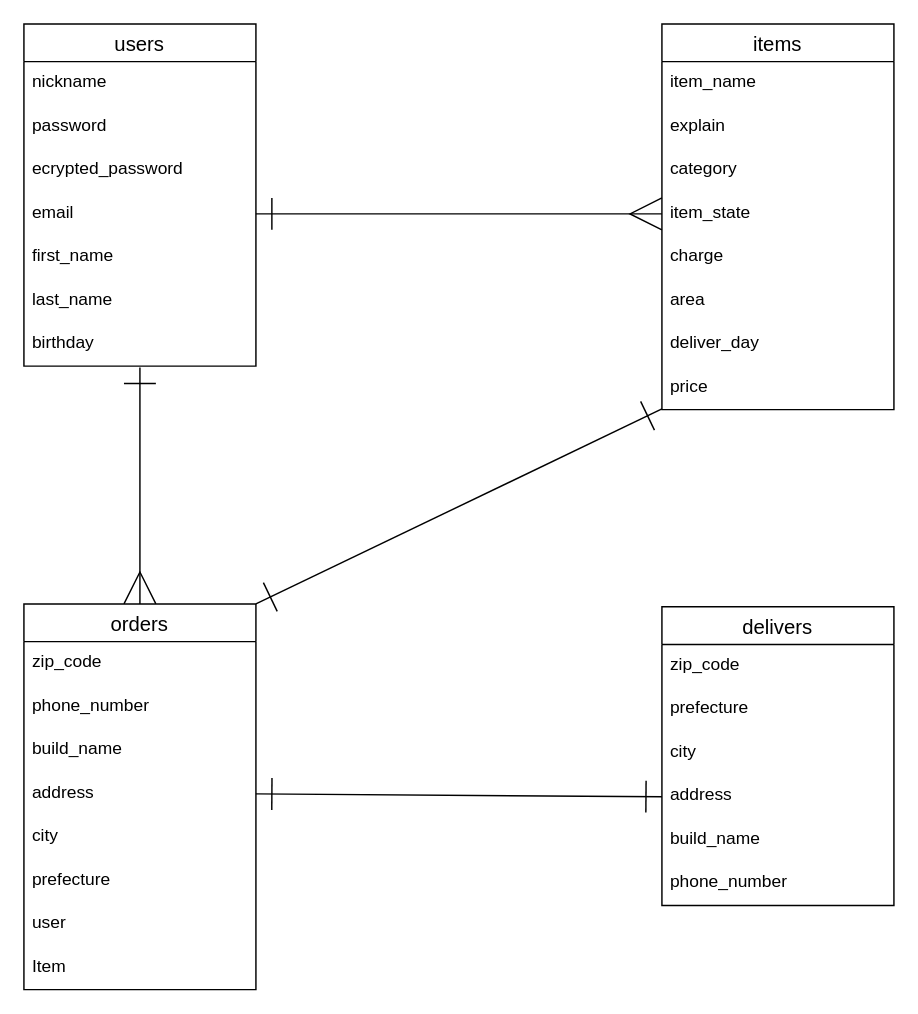
layxer218/furima-38936 keeps this draw.io diagram as furima.dio. Above is the earlier version. Source tidied: cells renumbered, new cells numbered last; positions are measured from the earlier drawing's top-left corner, leaving out a move shared by most shapes. Both pictures are drawn from the tidied source at 145%, with x=0, y=0 at pixel (23, 23).
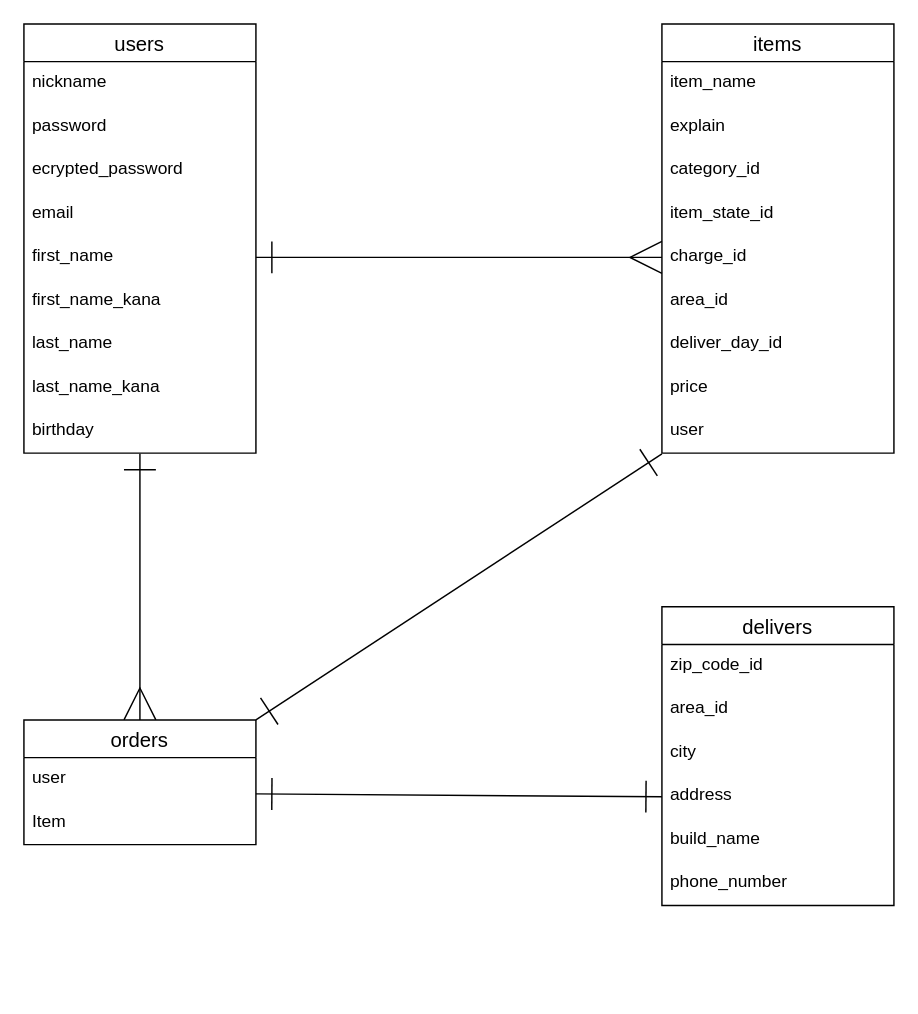
The same page after the edit.

Unchanged cells that the change refers to:
```xml
<mxCell id="6" value="email" style="text;strokeColor=none;fillColor=none;spacingLeft=4;spacingRight=4;overflow=hidden;points=[[0,0.5],[1,0.5]];portConstraint=eastwest;fontSize=12;" parent="2" vertex="1">
  <mxGeometry y="116" width="160" height="30" as="geometry" />
</mxCell>
<mxCell id="7" value="first_name" style="text;strokeColor=none;fillColor=none;spacingLeft=4;spacingRight=4;overflow=hidden;points=[[0,0.5],[1,0.5]];portConstraint=eastwest;fontSize=12;" parent="2" vertex="1">
  <mxGeometry y="146" width="160" height="30" as="geometry" />
</mxCell>
<mxCell id="18" value="price" style="text;strokeColor=none;fillColor=none;spacingLeft=4;spacingRight=4;overflow=hidden;points=[[0,0.5],[1,0.5]];portConstraint=eastwest;fontSize=12;" parent="10" vertex="1">
  <mxGeometry y="236" width="160" height="30" as="geometry" />
</mxCell>
<mxCell id="30" value="delivers" style="swimlane;fontStyle=0;horizontal=1;startSize=26;align=center;fontSize=14;" parent="1" vertex="1">
  <mxGeometry x="440" y="402" width="160" height="206" as="geometry" />
</mxCell>
<mxCell id="34" value="address" style="text;strokeColor=none;fillColor=none;spacingLeft=4;spacingRight=4;overflow=hidden;points=[[0,0.5],[1,0.5]];portConstraint=eastwest;fontSize=12;" parent="30" vertex="1">
  <mxGeometry y="116" width="160" height="30" as="geometry" />
</mxCell>
```

Diff of the diagram source:
```diff
@@
     <mxCell id="2" value="users" style="swimlane;fontStyle=0;horizontal=1;startSize=26;align=center;fontSize=14;" parent="1" vertex="1">
-      <mxGeometry width="160" height="236" as="geometry" />
+      <mxGeometry width="160" height="296" as="geometry" />
     </mxCell>
@@
+    <mxCell id="39" value="first_name_kana" style="text;strokeColor=none;fillColor=none;spacingLeft=4;spacingRight=4;overflow=hidden;fontSize=12;" parent="2" vertex="1">
+      <mxGeometry y="176" width="160" height="30" as="geometry" />
+    </mxCell>
     <mxCell id="8" value="last_name" style="text;strokeColor=none;fillColor=none;spacingLeft=4;spacingRight=4;overflow=hidden;fontSize=12;" parent="2" vertex="1">
-      <mxGeometry y="176" width="160" height="30" as="geometry" />
+      <mxGeometry y="206" width="160" height="30" as="geometry" />
     </mxCell>
+    <mxCell id="40" value="last_name_kana" style="text;strokeColor=none;fillColor=none;spacingLeft=4;spacingRight=4;overflow=hidden;fontSize=12;" parent="2" vertex="1">
+      <mxGeometry y="236" width="160" height="30" as="geometry" />
+    </mxCell>
     <mxCell id="9" value="birthday" style="text;strokeColor=none;fillColor=none;spacingLeft=4;spacingRight=4;overflow=hidden;points=[[0,0.5],[1,0.5]];portConstraint=eastwest;fontSize=12;" parent="2" vertex="1">
-      <mxGeometry y="206" width="160" height="30" as="geometry" />
+      <mxGeometry y="266" width="160" height="30" as="geometry" />
     </mxCell>
     <mxCell id="10" value="items" style="swimlane;fontStyle=0;horizontal=1;startSize=26;align=center;fontSize=14;" parent="1" vertex="1">
-      <mxGeometry x="440" width="160" height="266" as="geometry" />
+      <mxGeometry x="440" width="160" height="296" as="geometry" />
     </mxCell>
@@
-    <mxCell id="13" value="category" style="text;strokeColor=none;fillColor=none;spacingLeft=4;spacingRight=4;overflow=hidden;fontSize=12;" parent="10" vertex="1">
+    <mxCell id="13" value="category_id" style="text;strokeColor=none;fillColor=none;spacingLeft=4;spacingRight=4;overflow=hidden;fontSize=12;" parent="10" vertex="1">
       <mxGeometry y="86" width="160" height="30" as="geometry" />
     </mxCell>
-    <mxCell id="14" value="item_state" style="text;strokeColor=none;fillColor=none;spacingLeft=4;spacingRight=4;overflow=hidden;points=[[0,0.5],[1,0.5]];portConstraint=eastwest;fontSize=12;" parent="10" vertex="1">
+    <mxCell id="14" value="item_state_id" style="text;strokeColor=none;fillColor=none;spacingLeft=4;spacingRight=4;overflow=hidden;points=[[0,0.5],[1,0.5]];portConstraint=eastwest;fontSize=12;" parent="10" vertex="1">
       <mxGeometry y="116" width="160" height="30" as="geometry" />
     </mxCell>
-    <mxCell id="15" value="charge" style="text;strokeColor=none;fillColor=none;spacingLeft=4;spacingRight=4;overflow=hidden;points=[[0,0.5],[1,0.5]];portConstraint=eastwest;fontSize=12;" parent="10" vertex="1">
+    <mxCell id="15" value="charge_id" style="text;strokeColor=none;fillColor=none;spacingLeft=4;spacingRight=4;overflow=hidden;points=[[0,0.5],[1,0.5]];portConstraint=eastwest;fontSize=12;" parent="10" vertex="1">
       <mxGeometry y="146" width="160" height="30" as="geometry" />
     </mxCell>
-    <mxCell id="16" value="area" style="text;strokeColor=none;fillColor=none;spacingLeft=4;spacingRight=4;overflow=hidden;fontSize=12;" parent="10" vertex="1">
+    <mxCell id="16" value="area_id" style="text;strokeColor=none;fillColor=none;spacingLeft=4;spacingRight=4;overflow=hidden;fontSize=12;" parent="10" vertex="1">
       <mxGeometry y="176" width="160" height="30" as="geometry" />
     </mxCell>
-    <mxCell id="17" value="deliver_day" style="text;strokeColor=none;fillColor=none;spacingLeft=4;spacingRight=4;overflow=hidden;fontSize=12;" parent="10" vertex="1">
+    <mxCell id="17" value="deliver_day_id" style="text;strokeColor=none;fillColor=none;spacingLeft=4;spacingRight=4;overflow=hidden;fontSize=12;" parent="10" vertex="1">
       <mxGeometry y="206" width="160" height="30" as="geometry" />
     </mxCell>
@@
+    <mxCell id="41" value="user" style="text;strokeColor=none;fillColor=none;spacingLeft=4;spacingRight=4;overflow=hidden;points=[[0,0.5],[1,0.5]];portConstraint=eastwest;fontSize=12;" parent="10" vertex="1">
+      <mxGeometry y="266" width="160" height="30" as="geometry" />
+    </mxCell>
-    <mxCell id="19" style="edgeStyle=none;html=1;exitX=0.5;exitY=0;exitDx=0;exitDy=0;startArrow=ERmany;startFill=0;endArrow=ERone;endFill=0;startSize=20;endSize=20;" parent="1" edge="1" source="21">
-      <mxGeometry relative="1" as="geometry">
-        <mxPoint x="80" y="237" as="targetPoint" />
-      </mxGeometry>
+    <mxCell id="19" style="edgeStyle=none;html=1;exitX=0.5;exitY=0;exitDx=0;exitDy=0;startArrow=ERmany;startFill=0;endArrow=ERone;endFill=0;startSize=20;endSize=20;entryX=0.5;entryY=1.017;entryDx=0;entryDy=0;entryPerimeter=0;" parent="1" edge="1" source="21" target="9">
+      <mxGeometry relative="1" as="geometry" />
     </mxCell>
-    <mxCell id="20" style="edgeStyle=none;html=1;startArrow=ERone;startFill=0;endArrow=ERone;endFill=0;startSize=20;endSize=20;entryX=0;entryY=0.983;entryDx=0;entryDy=0;entryPerimeter=0;" parent="1" edge="1" target="18">
-      <mxGeometry relative="1" as="geometry">
-        <mxPoint x="160" y="400" as="sourcePoint" />
-      </mxGeometry>
+    <mxCell id="20" style="edgeStyle=none;html=1;startArrow=ERone;startFill=0;endArrow=ERone;endFill=0;startSize=20;endSize=20;entryX=0;entryY=1.017;entryDx=0;entryDy=0;entryPerimeter=0;exitX=1;exitY=0;exitDx=0;exitDy=0;" parent="1" edge="1" source="21" target="41">
+      <mxGeometry relative="1" as="geometry" />
     </mxCell>
     <mxCell id="21" value="orders" style="swimlane;fontStyle=0;horizontal=1;startSize=26;align=center;fontSize=14;" parent="1" vertex="1">
-      <mxGeometry y="400" width="160" height="266" as="geometry" />
+      <mxGeometry y="480" width="160" height="86" as="geometry" />
     </mxCell>
-    <mxCell id="22" value="zip_code" style="text;strokeColor=none;fillColor=none;spacingLeft=4;spacingRight=4;overflow=hidden;fontSize=12;" parent="21" vertex="1">
-      <mxGeometry y="26" width="160" height="30" as="geometry" />
-    </mxCell>
-    <mxCell id="23" value="phone_number" style="text;strokeColor=none;fillColor=none;spacingLeft=4;spacingRight=4;overflow=hidden;fontSize=12;" parent="21" vertex="1">
-      <mxGeometry y="56" width="160" height="30" as="geometry" />
-    </mxCell>
-    <mxCell id="24" value="build_name" style="text;strokeColor=none;fillColor=none;spacingLeft=4;spacingRight=4;overflow=hidden;fontSize=12;" parent="21" vertex="1">
-      <mxGeometry y="86" width="160" height="30" as="geometry" />
-    </mxCell>
-    <mxCell id="25" value="address" style="text;strokeColor=none;fillColor=none;spacingLeft=4;spacingRight=4;overflow=hidden;points=[[0,0.5],[1,0.5]];portConstraint=eastwest;fontSize=12;" parent="21" vertex="1">
-      <mxGeometry y="116" width="160" height="30" as="geometry" />
-    </mxCell>
-    <mxCell id="26" value="city" style="text;strokeColor=none;fillColor=none;spacingLeft=4;spacingRight=4;overflow=hidden;fontSize=12;" parent="21" vertex="1">
-      <mxGeometry y="146" width="160" height="30" as="geometry" />
-    </mxCell>
-    <mxCell id="27" value="prefecture" style="text;strokeColor=none;fillColor=none;spacingLeft=4;spacingRight=4;overflow=hidden;fontSize=12;" parent="21" vertex="1">
-      <mxGeometry y="176" width="160" height="30" as="geometry" />
-    </mxCell>
     <mxCell id="28" value="user" style="text;strokeColor=none;fillColor=none;spacingLeft=4;spacingRight=4;overflow=hidden;fontSize=12;" parent="21" vertex="1">
-      <mxGeometry y="206" width="160" height="30" as="geometry" />
+      <mxGeometry y="26" width="160" height="30" as="geometry" />
     </mxCell>
     <mxCell id="29" value="Item" style="text;strokeColor=none;fillColor=none;spacingLeft=4;spacingRight=4;overflow=hidden;fontSize=12;" parent="21" vertex="1">
-      <mxGeometry y="236" width="160" height="30" as="geometry" />
+      <mxGeometry y="56" width="160" height="30" as="geometry" />
     </mxCell>
@@
-    <mxCell id="31" value="zip_code" style="text;strokeColor=none;fillColor=none;spacingLeft=4;spacingRight=4;overflow=hidden;fontSize=12;" parent="30" vertex="1">
+    <mxCell id="31" value="zip_code_id" style="text;strokeColor=none;fillColor=none;spacingLeft=4;spacingRight=4;overflow=hidden;fontSize=12;" parent="30" vertex="1">
       <mxGeometry y="26" width="160" height="30" as="geometry" />
     </mxCell>
-    <mxCell id="32" value="prefecture" style="text;strokeColor=none;fillColor=none;spacingLeft=4;spacingRight=4;overflow=hidden;fontSize=12;" parent="30" vertex="1">
+    <mxCell id="32" value="area_id" style="text;strokeColor=none;fillColor=none;spacingLeft=4;spacingRight=4;overflow=hidden;fontSize=12;" parent="30" vertex="1">
       <mxGeometry y="56" width="160" height="30" as="geometry" />
     </mxCell>
@@
-    <mxCell id="37" style="edgeStyle=none;html=1;exitX=1;exitY=0.5;exitDx=0;exitDy=0;entryX=0;entryY=0.5;entryDx=0;entryDy=0;startArrow=ERone;startFill=0;endArrow=ERmany;endFill=0;startSize=20;endSize=20;" parent="1" edge="1" source="6" target="14">
+    <mxCell id="37" style="edgeStyle=none;html=1;exitX=1;exitY=0.5;exitDx=0;exitDy=0;entryX=0;entryY=0.5;entryDx=0;entryDy=0;startArrow=ERone;startFill=0;endArrow=ERmany;endFill=0;startSize=20;endSize=20;" parent="1" edge="1" source="7" target="15">
       <mxGeometry relative="1" as="geometry" />
     </mxCell>
-    <mxCell id="38" style="edgeStyle=none;html=1;exitX=1;exitY=0.5;exitDx=0;exitDy=0;entryX=0;entryY=0.5;entryDx=0;entryDy=0;startArrow=ERone;startFill=0;endArrow=ERone;endFill=0;startSize=20;endSize=20;" parent="1" edge="1" source="25" target="34">
-      <mxGeometry relative="1" as="geometry" />
+    <mxCell id="38" style="edgeStyle=none;html=1;exitX=1;exitY=0.5;exitDx=0;exitDy=0;entryX=0;entryY=0.5;entryDx=0;entryDy=0;startArrow=ERone;startFill=0;endArrow=ERone;endFill=0;startSize=20;endSize=20;" parent="1" edge="1" target="34">
+      <mxGeometry relative="1" as="geometry">
+        <mxPoint x="160" y="531" as="sourcePoint" />
+      </mxGeometry>
     </mxCell>
```
